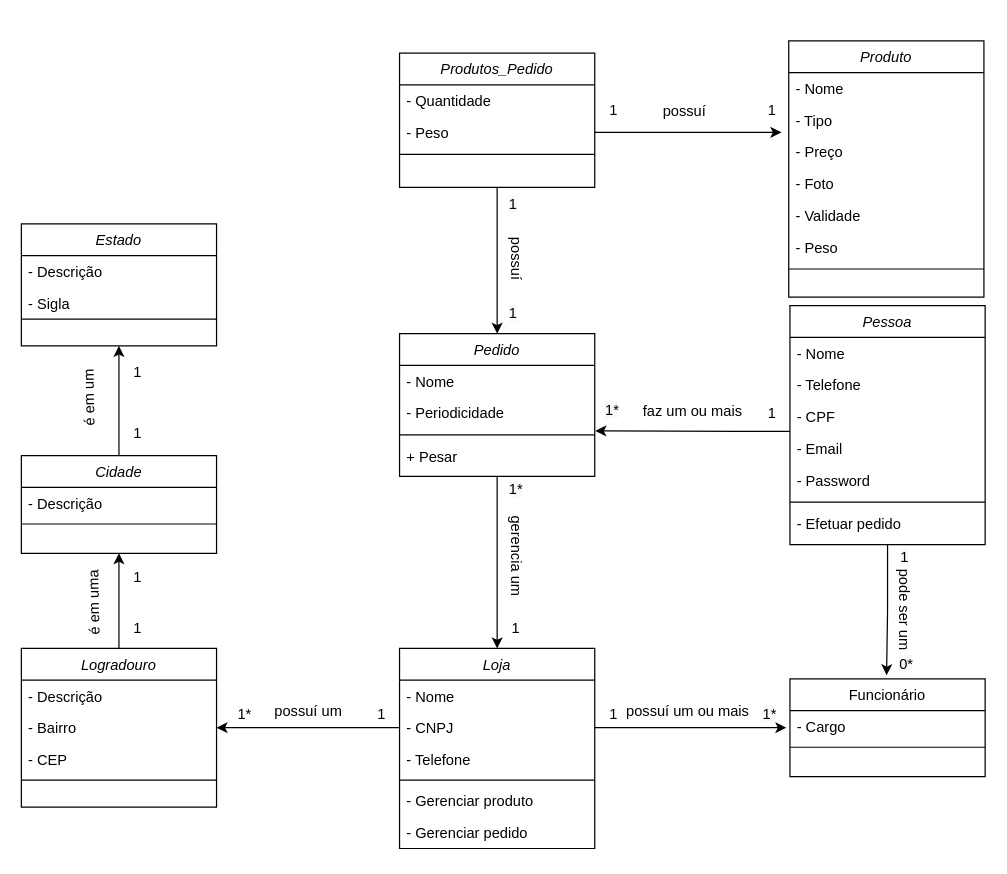
Earlier version of the draw.io diagram documentation/Diagrama de Objetos.drawio (leoconceicao/Fair). Source tidied: cells renumbered, new cells numbered last; positions are measured from the earlier drawing's top-left corner, leaving out a move shared by most shapes. Both pictures are drawn from the tidied source at 122%, with x=0, y=0 at pixel (21, 40).
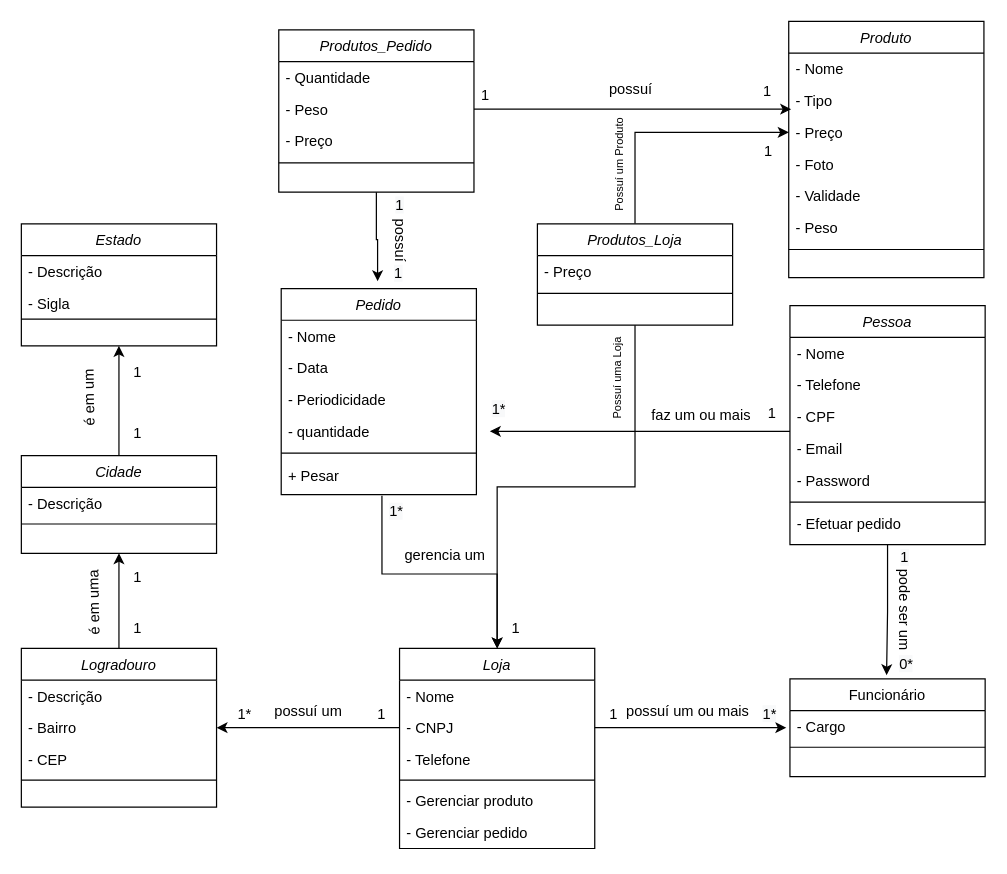
Above is the later version.

The change refers to these unchanged cells:
```xml
<mxCell id="4" value="Pessoa" style="swimlane;fontStyle=2;align=center;verticalAlign=top;horizontal=1;startSize=26;rounded=0;shadow=0;strokeWidth=1;" parent="1" vertex="1">
  <mxGeometry x="630" y="217" width="160" height="196" as="geometry" />
</mxCell>
<mxCell id="35" value="Loja" style="swimlane;fontStyle=2;align=center;verticalAlign=top;horizontal=1;startSize=26;rounded=0;shadow=0;strokeWidth=1;" parent="1" vertex="1">
  <mxGeometry x="310" y="498" width="160" height="164" as="geometry" />
</mxCell>
<mxCell id="56" value="- Preço" style="text;align=left;verticalAlign=top;spacingLeft=4;spacingRight=4;overflow=hidden;points=[[0,0.5],[1,0.5]];portConstraint=eastwest;rounded=0;shadow=0;html=0;" parent="53" vertex="1">
  <mxGeometry y="78" width="160" height="26" as="geometry" />
</mxCell>
<mxCell id="70" value="- Peso" style="text;align=left;verticalAlign=top;spacingLeft=4;spacingRight=4;overflow=hidden;points=[[0,0.5],[1,0.5]];portConstraint=eastwest;rounded=0;shadow=0;html=0;" parent="68" vertex="1">
  <mxGeometry y="52" width="160" height="26" as="geometry" />
</mxCell>
```

What changed in the source:
```diff
@@
     <mxCell id="3" style="edgeStyle=orthogonalEdgeStyle;rounded=0;jettySize=auto;html=1;" parent="1" edge="1" source="4">
       <mxGeometry relative="1" as="geometry">
-        <mxPoint x="470.5" y="319.7" as="targetPoint" />
+        <mxPoint x="384" y="320" as="targetPoint" />
         <Array as="points">
           <mxPoint x="589" y="320" />
           <mxPoint x="589" y="320" />
         </Array>
       </mxGeometry>
     </mxCell>
@@
     <mxCell id="53" value="Produto" style="swimlane;fontStyle=2;align=center;verticalAlign=top;horizontal=1;startSize=26;rounded=0;shadow=0;strokeWidth=1;" parent="1" vertex="1">
-      <mxGeometry x="629" width="160" height="210" as="geometry" />
+      <mxGeometry x="629" y="-16" width="160" height="210" as="geometry" />
     </mxCell>
@@
-    <mxCell id="61" style="edgeStyle=orthogonalEdgeStyle;rounded=0;jettySize=auto;html=1;entryX=0.5;entryY=0;entryDx=0;entryDy=0;" parent="1" edge="1" source="62" target="35">
-      <mxGeometry relative="1" as="geometry" />
+    <mxCell id="61" style="edgeStyle=orthogonalEdgeStyle;rounded=0;jettySize=auto;html=1;entryX=0.5;entryY=0;entryDx=0;entryDy=0;exitX=0.516;exitY=1.031;exitDx=0;exitDy=0;exitPerimeter=0;" parent="1" edge="1" source="66" target="35">
+      <mxGeometry relative="1" as="geometry">
+        <Array as="points">
+          <mxPoint x="296" y="437" />
+          <mxPoint x="390" y="437" />
+        </Array>
+      </mxGeometry>
     </mxCell>
     <mxCell id="62" value="Pedido" style="swimlane;fontStyle=2;align=center;verticalAlign=top;horizontal=1;startSize=26;rounded=0;shadow=0;strokeWidth=1;" parent="1" vertex="1">
-      <mxGeometry x="310" y="240" width="160" height="117" as="geometry" />
+      <mxGeometry x="213" y="203" width="160" height="169" as="geometry" />
     </mxCell>
@@
+    <mxCell id="85" value="- Data" style="text;align=left;verticalAlign=top;spacingLeft=4;spacingRight=4;overflow=hidden;rounded=0;shadow=0;html=0;" parent="62" vertex="1">
+      <mxGeometry y="52" width="160" height="26" as="geometry" />
+    </mxCell>
     <mxCell id="64" value="- Periodicidade" style="text;align=left;verticalAlign=top;spacingLeft=4;spacingRight=4;overflow=hidden;rounded=0;shadow=0;html=0;" parent="62" vertex="1">
-      <mxGeometry y="52" width="160" height="26" as="geometry" />
+      <mxGeometry y="78" width="160" height="26" as="geometry" />
     </mxCell>
+    <mxCell id="86" value="- quantidade&#10;" style="text;align=left;verticalAlign=top;spacingLeft=4;spacingRight=4;overflow=hidden;rounded=0;shadow=0;html=0;" parent="62" vertex="1">
+      <mxGeometry y="104" width="160" height="26" as="geometry" />
+    </mxCell>
     <mxCell id="65" style="line;html=1;strokeWidth=1;align=left;verticalAlign=middle;spacingTop=-1;spacingLeft=3;spacingRight=3;labelPosition=right;" parent="62" vertex="1">
-      <mxGeometry y="78" width="160" height="10" as="geometry" />
+      <mxGeometry y="130" width="160" height="10" as="geometry" />
     </mxCell>
     <mxCell id="66" value="+ Pesar" style="text;align=left;verticalAlign=top;spacingLeft=4;spacingRight=4;overflow=hidden;points=[[0,0.5],[1,0.5]];portConstraint=eastwest;rounded=0;shadow=0;html=0;" parent="62" vertex="1">
-      <mxGeometry y="88" width="160" height="29" as="geometry" />
+      <mxGeometry y="140" width="160" height="29" as="geometry" />
     </mxCell>
-    <mxCell id="67" style="edgeStyle=orthogonalEdgeStyle;rounded=0;jettySize=auto;html=1;entryX=0.5;entryY=0;entryDx=0;entryDy=0;" parent="1" edge="1" source="68" target="62">
-      <mxGeometry relative="1" as="geometry" />
+    <mxCell id="67" style="edgeStyle=orthogonalEdgeStyle;rounded=0;jettySize=auto;html=1;" parent="1" edge="1" source="68">
+      <mxGeometry relative="1" as="geometry">
+        <mxPoint x="292" y="197" as="targetPoint" />
+        <Array as="points">
+          <mxPoint x="291" y="163" />
+          <mxPoint x="292" y="163" />
+        </Array>
+      </mxGeometry>
     </mxCell>
     <mxCell id="68" value="Produtos_Pedido" style="swimlane;fontStyle=2;align=center;verticalAlign=top;horizontal=1;startSize=26;rounded=0;shadow=0;strokeWidth=1;" parent="1" vertex="1">
-      <mxGeometry x="310" y="10" width="160" height="110" as="geometry" />
+      <mxGeometry x="211" y="-9" width="160" height="133" as="geometry" />
     </mxCell>
@@
+    <mxCell id="87" value="- Preço&#10;" style="text;align=left;verticalAlign=top;spacingLeft=4;spacingRight=4;overflow=hidden;rounded=0;shadow=0;html=0;" parent="68" vertex="1">
+      <mxGeometry y="78" width="160" height="26" as="geometry" />
+    </mxCell>
     <mxCell id="71" style="line;html=1;strokeWidth=1;align=left;verticalAlign=middle;spacingTop=-1;spacingLeft=3;spacingRight=3;labelPosition=right;" parent="68" vertex="1">
-      <mxGeometry y="78" width="160" height="10" as="geometry" />
+      <mxGeometry y="104" width="160" height="10" as="geometry" />
     </mxCell>
@@
     <mxCell id="73" value="&lt;span style=&quot;color: rgb(0, 0, 0); font-family: helvetica; font-size: 12px; font-style: normal; font-weight: 400; letter-spacing: normal; text-align: right; text-indent: 0px; text-transform: none; word-spacing: 0px; background-color: rgb(248, 249, 250); display: inline; float: none;&quot;&gt;1*&lt;/span&gt;" style="text;whiteSpace=wrap;html=1;" parent="1" vertex="1">
-      <mxGeometry x="398" y="354" width="40" height="30" as="geometry" />
+      <mxGeometry x="300" y="372" width="40" height="30" as="geometry" />
     </mxCell>
     <mxCell id="74" value="&lt;span style=&quot;color: rgb(0, 0, 0); font-family: helvetica; font-size: 12px; font-style: normal; font-weight: 400; letter-spacing: normal; text-align: right; text-indent: 0px; text-transform: none; word-spacing: 0px; background-color: rgb(248, 249, 250); display: inline; float: none;&quot;&gt;1*&lt;/span&gt;" style="text;whiteSpace=wrap;html=1;" parent="1" vertex="1">
-      <mxGeometry x="477" y="289" width="40" height="30" as="geometry" />
+      <mxGeometry x="384" y="288" width="40" height="30" as="geometry" />
     </mxCell>
     <mxCell id="75" value="1" style="align=right;verticalAlign=bottom;labelBackgroundColor=none;fontSize=12;" parent="1" vertex="1">
-      <mxGeometry x="490" y="65" as="geometry" />
+      <mxGeometry x="389" y="71" as="geometry">
+        <mxPoint x="-4" y="-18" as="offset" />
+      </mxGeometry>
     </mxCell>
     <mxCell id="76" value="faz um ou mais" style="text;html=1;align=center;verticalAlign=middle;strokeColor=none;fillColor=none;" parent="1" vertex="1">
-      <mxGeometry x="500" y="294" width="100" height="20" as="geometry" />
+      <mxGeometry x="507" y="297" width="100" height="20" as="geometry" />
     </mxCell>
-    <mxCell id="77" value="gerencia um" style="text;html=1;align=center;verticalAlign=middle;strokeColor=none;fillColor=none;rotation=90;" parent="1" vertex="1">
-      <mxGeometry x="366" y="412" width="80" height="20" as="geometry" />
+    <mxCell id="77" value="gerencia um" style="text;html=1;align=center;verticalAlign=middle;strokeColor=none;fillColor=none;rotation=0;" parent="1" vertex="1">
+      <mxGeometry x="307" y="412" width="80" height="20" as="geometry" />
     </mxCell>
     <mxCell id="78" style="edgeStyle=orthogonalEdgeStyle;rounded=0;jettySize=auto;html=1;" parent="1" edge="1" source="70">
       <mxGeometry relative="1" as="geometry">
-        <mxPoint x="623" y="75" as="targetPoint" />
+        <mxPoint x="631" y="56" as="targetPoint" />
       </mxGeometry>
     </mxCell>
     <mxCell id="79" value="&lt;span style=&quot;color: rgb(0 , 0 , 0) ; font-family: &amp;#34;helvetica&amp;#34; ; font-size: 12px ; font-style: normal ; font-weight: 400 ; letter-spacing: normal ; text-align: right ; text-indent: 0px ; text-transform: none ; word-spacing: 0px ; background-color: rgb(248 , 249 , 250) ; display: inline ; float: none&quot;&gt;1&lt;/span&gt;" style="text;whiteSpace=wrap;html=1;" parent="1" vertex="1">
-      <mxGeometry x="398" y="210" width="40" height="30" as="geometry" />
+      <mxGeometry x="304" y="177" width="40" height="30" as="geometry" />
     </mxCell>
     <mxCell id="80" value="&lt;span style=&quot;color: rgb(0 , 0 , 0) ; font-family: &amp;#34;helvetica&amp;#34; ; font-size: 12px ; font-style: normal ; font-weight: 400 ; letter-spacing: normal ; text-align: right ; text-indent: 0px ; text-transform: none ; word-spacing: 0px ; background-color: rgb(248 , 249 , 250) ; display: inline ; float: none&quot;&gt;1&lt;/span&gt;" style="text;whiteSpace=wrap;html=1;" parent="1" vertex="1">
-      <mxGeometry x="398" y="120" width="40" height="30" as="geometry" />
+      <mxGeometry x="305" y="121" width="40" height="30" as="geometry" />
     </mxCell>
     <mxCell id="81" value="possuí&amp;nbsp;" style="text;html=1;align=center;verticalAlign=middle;strokeColor=none;fillColor=none;rotation=90;" parent="1" vertex="1">
-      <mxGeometry x="381" y="170" width="50" height="20" as="geometry" />
+      <mxGeometry x="286" y="155" width="50" height="20" as="geometry" />
     </mxCell>
@@
     <mxCell id="83" value="1" style="align=right;verticalAlign=bottom;labelBackgroundColor=none;fontSize=12;" parent="1" vertex="1">
-      <mxGeometry x="620" y="65" as="geometry" />
+      <mxGeometry x="619" y="69" as="geometry">
+        <mxPoint x="-3" y="-19" as="offset" />
+      </mxGeometry>
     </mxCell>
     <mxCell id="84" value="possuí&amp;nbsp;" style="text;html=1;align=center;verticalAlign=middle;strokeColor=none;fillColor=none;rotation=0;" parent="1" vertex="1">
-      <mxGeometry x="520" y="48" width="50" height="20" as="geometry" />
+      <mxGeometry x="476" y="30" width="50" height="20" as="geometry" />
     </mxCell>
+    <mxCell id="88" style="edgeStyle=orthogonalEdgeStyle;rounded=0;jettySize=auto;html=1;exitX=0.5;exitY=1;exitDx=0;exitDy=0;entryX=0.5;entryY=0;entryDx=0;entryDy=0;" parent="1" edge="1" source="90" target="35">
+      <mxGeometry relative="1" as="geometry" />
+    </mxCell>
+    <mxCell id="89" style="edgeStyle=orthogonalEdgeStyle;rounded=0;jettySize=auto;html=1;entryX=0;entryY=0.5;entryDx=0;entryDy=0;" parent="1" edge="1" source="90" target="56">
+      <mxGeometry relative="1" as="geometry" />
+    </mxCell>
+    <mxCell id="90" value="Produtos_Loja" style="swimlane;fontStyle=2;align=center;verticalAlign=top;horizontal=1;startSize=26;rounded=0;shadow=0;strokeWidth=1;" parent="1" vertex="1">
+      <mxGeometry x="423" y="150" width="160" height="83" as="geometry" />
+    </mxCell>
+    <mxCell id="91" value="- Preço&#10;" style="text;align=left;verticalAlign=top;spacingLeft=4;spacingRight=4;overflow=hidden;rounded=0;shadow=0;html=0;" parent="90" vertex="1">
+      <mxGeometry y="26" width="160" height="26" as="geometry" />
+    </mxCell>
+    <mxCell id="92" style="line;html=1;strokeWidth=1;align=left;verticalAlign=middle;spacingTop=-1;spacingLeft=3;spacingRight=3;labelPosition=right;" parent="90" vertex="1">
+      <mxGeometry y="52" width="160" height="10" as="geometry" />
+    </mxCell>
+    <mxCell id="93" style="align=right;verticalAlign=bottom;labelBackgroundColor=none;fontSize=12;" parent="1" vertex="1">
+      <mxGeometry x="599" y="174" as="geometry">
+        <mxPoint x="-4" y="-18" as="offset" />
+      </mxGeometry>
+    </mxCell>
+    <mxCell id="94" value="1&lt;br&gt;" style="text;html=1;align=center;verticalAlign=middle;strokeColor=none;fillColor=none;" parent="1" vertex="1">
+      <mxGeometry x="603" y="82" width="17" height="18" as="geometry" />
+    </mxCell>
+    <mxCell id="95" value="Possuí uma Loja" style="text;html=1;align=center;verticalAlign=middle;strokeColor=none;fillColor=none;rotation=-90;fontSize=9;" parent="1" vertex="1">
+      <mxGeometry x="450" y="270" width="77" height="15" as="geometry" />
+    </mxCell>
+    <mxCell id="96" value="Possuí um Produto&lt;br&gt;" style="text;html=1;align=center;verticalAlign=middle;strokeColor=none;fillColor=none;rotation=-90;fontSize=9;" parent="1" vertex="1">
+      <mxGeometry x="447" y="95" width="87" height="15" as="geometry" />
+    </mxCell>
```
